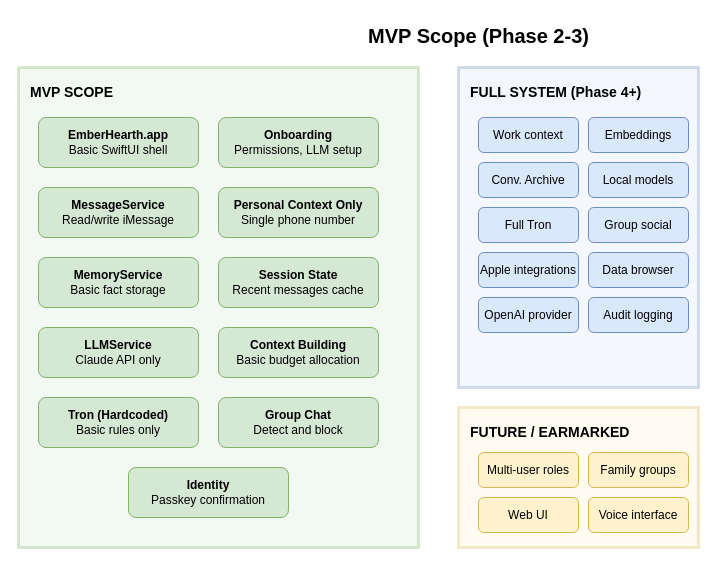
Earlier version of the draw.io diagram page "MVP Scope" (3 of 3) of docs/diagrams/emberhearth-architecture.drawio (tokenfires/emberhearth). Source tidied: cells renumbered, new cells numbered last; positions are measured from the earlier drawing's top-left corner, leaving out a move shared by most shapes. Both pictures are drawn from the tidied source at 100%, with x=0, y=0 at pixel (18, 17).
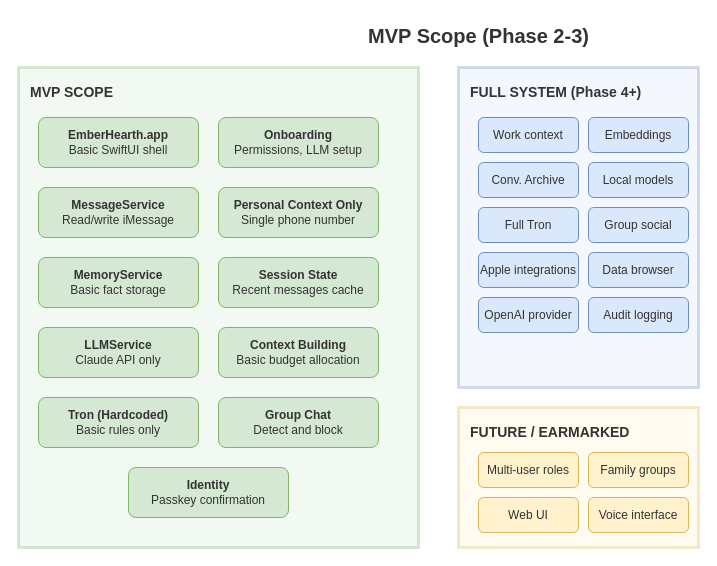
The same diagram, later.

The edit, as a diff of the source:
```diff
@@
-    <mxCell id="2" value="&lt;font style=&quot;font-size: 20px;&quot;&gt;&lt;b&gt;MVP Scope (Phase 2-3)&lt;/b&gt;&lt;/font&gt;" style="text;html=1;strokeColor=none;fillColor=none;align=center;" parent="1" vertex="1">
+    <mxCell id="2" value="&lt;font style=&quot;font-size: 20px;&quot;&gt;&lt;b&gt;MVP Scope (Phase 2-3)&lt;/b&gt;&lt;/font&gt;" style="text;html=1;strokeColor=none;fillColor=none;align=center;fontColor=#333333;" parent="1" vertex="1">
       <mxGeometry x="310" width="300" height="30" as="geometry" />
     </mxCell>
@@
-    <mxCell id="4" value="&lt;b&gt;MVP SCOPE&lt;/b&gt;" style="text;html=1;strokeColor=none;fillColor=none;fontSize=14;" parent="1" vertex="1">
+    <mxCell id="4" value="&lt;b&gt;MVP SCOPE&lt;/b&gt;" style="text;html=1;strokeColor=none;fillColor=none;fontSize=14;fontColor=#333333;" parent="1" vertex="1">
       <mxGeometry x="10" y="60" width="100" height="25" as="geometry" />
     </mxCell>
-    <mxCell id="5" value="&lt;b&gt;EmberHearth.app&lt;/b&gt;&lt;br&gt;Basic SwiftUI shell" style="rounded=1;whiteSpace=wrap;html=1;fillColor=#d5e8d4;strokeColor=#82b366;" parent="1" vertex="1">
+    <mxCell id="5" value="&lt;b&gt;EmberHearth.app&lt;/b&gt;&lt;br&gt;Basic SwiftUI shell" style="rounded=1;whiteSpace=wrap;html=1;fillColor=#d5e8d4;strokeColor=#82b366;fontColor=#333333;" parent="1" vertex="1">
       <mxGeometry x="20" y="100" width="160" height="50" as="geometry" />
     </mxCell>
-    <mxCell id="6" value="&lt;b&gt;Onboarding&lt;/b&gt;&lt;br&gt;Permissions, LLM setup" style="rounded=1;whiteSpace=wrap;html=1;fillColor=#d5e8d4;strokeColor=#82b366;" parent="1" vertex="1">
+    <mxCell id="6" value="&lt;b&gt;Onboarding&lt;/b&gt;&lt;br&gt;Permissions, LLM setup" style="rounded=1;whiteSpace=wrap;html=1;fillColor=#d5e8d4;strokeColor=#82b366;fontColor=#333333;" parent="1" vertex="1">
       <mxGeometry x="200" y="100" width="160" height="50" as="geometry" />
     </mxCell>
-    <mxCell id="7" value="&lt;b&gt;MessageService&lt;/b&gt;&lt;br&gt;Read/write iMessage" style="rounded=1;whiteSpace=wrap;html=1;fillColor=#d5e8d4;strokeColor=#82b366;" parent="1" vertex="1">
+    <mxCell id="7" value="&lt;b&gt;MessageService&lt;/b&gt;&lt;br&gt;Read/write iMessage" style="rounded=1;whiteSpace=wrap;html=1;fillColor=#d5e8d4;strokeColor=#82b366;fontColor=#333333;" parent="1" vertex="1">
       <mxGeometry x="20" y="170" width="160" height="50" as="geometry" />
     </mxCell>
-    <mxCell id="8" value="&lt;b&gt;Personal Context Only&lt;/b&gt;&lt;br&gt;Single phone number" style="rounded=1;whiteSpace=wrap;html=1;fillColor=#d5e8d4;strokeColor=#82b366;" parent="1" vertex="1">
+    <mxCell id="8" value="&lt;b&gt;Personal Context Only&lt;/b&gt;&lt;br&gt;Single phone number" style="rounded=1;whiteSpace=wrap;html=1;fillColor=#d5e8d4;strokeColor=#82b366;fontColor=#333333;" parent="1" vertex="1">
       <mxGeometry x="200" y="170" width="160" height="50" as="geometry" />
     </mxCell>
-    <mxCell id="9" value="&lt;b&gt;MemoryService&lt;/b&gt;&lt;br&gt;Basic fact storage" style="rounded=1;whiteSpace=wrap;html=1;fillColor=#d5e8d4;strokeColor=#82b366;" parent="1" vertex="1">
+    <mxCell id="9" value="&lt;b&gt;MemoryService&lt;/b&gt;&lt;br&gt;Basic fact storage" style="rounded=1;whiteSpace=wrap;html=1;fillColor=#d5e8d4;strokeColor=#82b366;fontColor=#333333;" parent="1" vertex="1">
       <mxGeometry x="20" y="240" width="160" height="50" as="geometry" />
     </mxCell>
-    <mxCell id="10" value="&lt;b&gt;Session State&lt;/b&gt;&lt;br&gt;Recent messages cache" style="rounded=1;whiteSpace=wrap;html=1;fillColor=#d5e8d4;strokeColor=#82b366;" parent="1" vertex="1">
+    <mxCell id="10" value="&lt;b&gt;Session State&lt;/b&gt;&lt;br&gt;Recent messages cache" style="rounded=1;whiteSpace=wrap;html=1;fillColor=#d5e8d4;strokeColor=#82b366;fontColor=#333333;" parent="1" vertex="1">
       <mxGeometry x="200" y="240" width="160" height="50" as="geometry" />
     </mxCell>
-    <mxCell id="11" value="&lt;b&gt;LLMService&lt;/b&gt;&lt;br&gt;Claude API only" style="rounded=1;whiteSpace=wrap;html=1;fillColor=#d5e8d4;strokeColor=#82b366;" parent="1" vertex="1">
+    <mxCell id="11" value="&lt;b&gt;LLMService&lt;/b&gt;&lt;br&gt;Claude API only" style="rounded=1;whiteSpace=wrap;html=1;fillColor=#d5e8d4;strokeColor=#82b366;fontColor=#333333;" parent="1" vertex="1">
       <mxGeometry x="20" y="310" width="160" height="50" as="geometry" />
     </mxCell>
-    <mxCell id="12" value="&lt;b&gt;Context Building&lt;/b&gt;&lt;br&gt;Basic budget allocation" style="rounded=1;whiteSpace=wrap;html=1;fillColor=#d5e8d4;strokeColor=#82b366;" parent="1" vertex="1">
+    <mxCell id="12" value="&lt;b&gt;Context Building&lt;/b&gt;&lt;br&gt;Basic budget allocation" style="rounded=1;whiteSpace=wrap;html=1;fillColor=#d5e8d4;strokeColor=#82b366;fontColor=#333333;" parent="1" vertex="1">
       <mxGeometry x="200" y="310" width="160" height="50" as="geometry" />
     </mxCell>
-    <mxCell id="13" value="&lt;b&gt;Tron (Hardcoded)&lt;/b&gt;&lt;br&gt;Basic rules only" style="rounded=1;whiteSpace=wrap;html=1;fillColor=#d5e8d4;strokeColor=#82b366;" parent="1" vertex="1">
+    <mxCell id="13" value="&lt;b&gt;Tron (Hardcoded)&lt;/b&gt;&lt;br&gt;Basic rules only" style="rounded=1;whiteSpace=wrap;html=1;fillColor=#d5e8d4;strokeColor=#82b366;fontColor=#333333;" parent="1" vertex="1">
       <mxGeometry x="20" y="380" width="160" height="50" as="geometry" />
     </mxCell>
-    <mxCell id="14" value="&lt;b&gt;Group Chat&lt;/b&gt;&lt;br&gt;Detect and block" style="rounded=1;whiteSpace=wrap;html=1;fillColor=#d5e8d4;strokeColor=#82b366;" parent="1" vertex="1">
+    <mxCell id="14" value="&lt;b&gt;Group Chat&lt;/b&gt;&lt;br&gt;Detect and block" style="rounded=1;whiteSpace=wrap;html=1;fillColor=#d5e8d4;strokeColor=#82b366;fontColor=#333333;" parent="1" vertex="1">
       <mxGeometry x="200" y="380" width="160" height="50" as="geometry" />
     </mxCell>
-    <mxCell id="15" value="&lt;b&gt;Identity&lt;/b&gt;&lt;br&gt;Passkey confirmation" style="rounded=1;whiteSpace=wrap;html=1;fillColor=#d5e8d4;strokeColor=#82b366;" parent="1" vertex="1">
+    <mxCell id="15" value="&lt;b&gt;Identity&lt;/b&gt;&lt;br&gt;Passkey confirmation" style="rounded=1;whiteSpace=wrap;html=1;fillColor=#d5e8d4;strokeColor=#82b366;fontColor=#333333;" parent="1" vertex="1">
       <mxGeometry x="110" y="450" width="160" height="50" as="geometry" />
     </mxCell>
@@
-    <mxCell id="17" value="&lt;b&gt;FULL SYSTEM (Phase 4+)&lt;/b&gt;" style="text;html=1;strokeColor=none;fillColor=none;fontSize=14;" parent="1" vertex="1">
+    <mxCell id="17" value="&lt;b&gt;FULL SYSTEM (Phase 4+)&lt;/b&gt;" style="text;html=1;strokeColor=none;fillColor=none;fontSize=14;fontColor=#333333;" parent="1" vertex="1">
       <mxGeometry x="450" y="60" width="180" height="25" as="geometry" />
     </mxCell>
-    <mxCell id="18" value="Work context" style="rounded=1;whiteSpace=wrap;html=1;fillColor=#dae8fc;strokeColor=#6c8ebf;" parent="1" vertex="1">
+    <mxCell id="18" value="Work context" style="rounded=1;whiteSpace=wrap;html=1;fillColor=#dae8fc;strokeColor=#6c8ebf;fontColor=#333333;" parent="1" vertex="1">
       <mxGeometry x="460" y="100" width="100" height="35" as="geometry" />
     </mxCell>
-    <mxCell id="19" value="Embeddings" style="rounded=1;whiteSpace=wrap;html=1;fillColor=#dae8fc;strokeColor=#6c8ebf;" parent="1" vertex="1">
+    <mxCell id="19" value="Embeddings" style="rounded=1;whiteSpace=wrap;html=1;fillColor=#dae8fc;strokeColor=#6c8ebf;fontColor=#333333;" parent="1" vertex="1">
       <mxGeometry x="570" y="100" width="100" height="35" as="geometry" />
     </mxCell>
-    <mxCell id="20" value="Conv. Archive" style="rounded=1;whiteSpace=wrap;html=1;fillColor=#dae8fc;strokeColor=#6c8ebf;" parent="1" vertex="1">
+    <mxCell id="20" value="Conv. Archive" style="rounded=1;whiteSpace=wrap;html=1;fillColor=#dae8fc;strokeColor=#6c8ebf;fontColor=#333333;" parent="1" vertex="1">
       <mxGeometry x="460" y="145" width="100" height="35" as="geometry" />
     </mxCell>
-    <mxCell id="21" value="Local models" style="rounded=1;whiteSpace=wrap;html=1;fillColor=#dae8fc;strokeColor=#6c8ebf;" parent="1" vertex="1">
+    <mxCell id="21" value="Local models" style="rounded=1;whiteSpace=wrap;html=1;fillColor=#dae8fc;strokeColor=#6c8ebf;fontColor=#333333;" parent="1" vertex="1">
       <mxGeometry x="570" y="145" width="100" height="35" as="geometry" />
     </mxCell>
-    <mxCell id="22" value="Full Tron" style="rounded=1;whiteSpace=wrap;html=1;fillColor=#dae8fc;strokeColor=#6c8ebf;" parent="1" vertex="1">
+    <mxCell id="22" value="Full Tron" style="rounded=1;whiteSpace=wrap;html=1;fillColor=#dae8fc;strokeColor=#6c8ebf;fontColor=#333333;" parent="1" vertex="1">
       <mxGeometry x="460" y="190" width="100" height="35" as="geometry" />
     </mxCell>
-    <mxCell id="23" value="Group social" style="rounded=1;whiteSpace=wrap;html=1;fillColor=#dae8fc;strokeColor=#6c8ebf;" parent="1" vertex="1">
+    <mxCell id="23" value="Group social" style="rounded=1;whiteSpace=wrap;html=1;fillColor=#dae8fc;strokeColor=#6c8ebf;fontColor=#333333;" parent="1" vertex="1">
       <mxGeometry x="570" y="190" width="100" height="35" as="geometry" />
     </mxCell>
-    <mxCell id="24" value="Apple integrations" style="rounded=1;whiteSpace=wrap;html=1;fillColor=#dae8fc;strokeColor=#6c8ebf;" parent="1" vertex="1">
+    <mxCell id="24" value="Apple integrations" style="rounded=1;whiteSpace=wrap;html=1;fillColor=#dae8fc;strokeColor=#6c8ebf;fontColor=#333333;" parent="1" vertex="1">
       <mxGeometry x="460" y="235" width="100" height="35" as="geometry" />
     </mxCell>
-    <mxCell id="25" value="Data browser" style="rounded=1;whiteSpace=wrap;html=1;fillColor=#dae8fc;strokeColor=#6c8ebf;" parent="1" vertex="1">
+    <mxCell id="25" value="Data browser" style="rounded=1;whiteSpace=wrap;html=1;fillColor=#dae8fc;strokeColor=#6c8ebf;fontColor=#333333;" parent="1" vertex="1">
       <mxGeometry x="570" y="235" width="100" height="35" as="geometry" />
     </mxCell>
-    <mxCell id="26" value="OpenAI provider" style="rounded=1;whiteSpace=wrap;html=1;fillColor=#dae8fc;strokeColor=#6c8ebf;" parent="1" vertex="1">
+    <mxCell id="26" value="OpenAI provider" style="rounded=1;whiteSpace=wrap;html=1;fillColor=#dae8fc;strokeColor=#6c8ebf;fontColor=#333333;" parent="1" vertex="1">
       <mxGeometry x="460" y="280" width="100" height="35" as="geometry" />
     </mxCell>
-    <mxCell id="27" value="Audit logging" style="rounded=1;whiteSpace=wrap;html=1;fillColor=#dae8fc;strokeColor=#6c8ebf;" parent="1" vertex="1">
+    <mxCell id="27" value="Audit logging" style="rounded=1;whiteSpace=wrap;html=1;fillColor=#dae8fc;strokeColor=#6c8ebf;fontColor=#333333;" parent="1" vertex="1">
       <mxGeometry x="570" y="280" width="100" height="35" as="geometry" />
     </mxCell>
@@
-    <mxCell id="29" value="&lt;b&gt;FUTURE / EARMARKED&lt;/b&gt;" style="text;html=1;strokeColor=none;fillColor=none;fontSize=14;" parent="1" vertex="1">
+    <mxCell id="29" value="&lt;b&gt;FUTURE / EARMARKED&lt;/b&gt;" style="text;html=1;strokeColor=none;fillColor=none;fontSize=14;fontColor=#333333;" parent="1" vertex="1">
       <mxGeometry x="450" y="400" width="180" height="25" as="geometry" />
     </mxCell>
-    <mxCell id="30" value="Multi-user roles" style="rounded=1;whiteSpace=wrap;html=1;fillColor=#fff2cc;strokeColor=#d6b656;" parent="1" vertex="1">
+    <mxCell id="30" value="Multi-user roles" style="rounded=1;whiteSpace=wrap;html=1;fillColor=#fff2cc;strokeColor=#d6b656;fontColor=#333333;" parent="1" vertex="1">
       <mxGeometry x="460" y="435" width="100" height="35" as="geometry" />
     </mxCell>
-    <mxCell id="31" value="Family groups" style="rounded=1;whiteSpace=wrap;html=1;fillColor=#fff2cc;strokeColor=#d6b656;" parent="1" vertex="1">
+    <mxCell id="31" value="Family groups" style="rounded=1;whiteSpace=wrap;html=1;fillColor=#fff2cc;strokeColor=#d6b656;fontColor=#333333;" parent="1" vertex="1">
       <mxGeometry x="570" y="435" width="100" height="35" as="geometry" />
     </mxCell>
-    <mxCell id="32" value="Web UI" style="rounded=1;whiteSpace=wrap;html=1;fillColor=#fff2cc;strokeColor=#d6b656;" parent="1" vertex="1">
+    <mxCell id="32" value="Web UI" style="rounded=1;whiteSpace=wrap;html=1;fillColor=#fff2cc;strokeColor=#d6b656;fontColor=#333333;" parent="1" vertex="1">
       <mxGeometry x="460" y="480" width="100" height="35" as="geometry" />
     </mxCell>
-    <mxCell id="33" value="Voice interface" style="rounded=1;whiteSpace=wrap;html=1;fillColor=#fff2cc;strokeColor=#d6b656;" parent="1" vertex="1">
+    <mxCell id="33" value="Voice interface" style="rounded=1;whiteSpace=wrap;html=1;fillColor=#fff2cc;strokeColor=#d6b656;fontColor=#333333;" parent="1" vertex="1">
       <mxGeometry x="570" y="480" width="100" height="35" as="geometry" />
     </mxCell>
```
